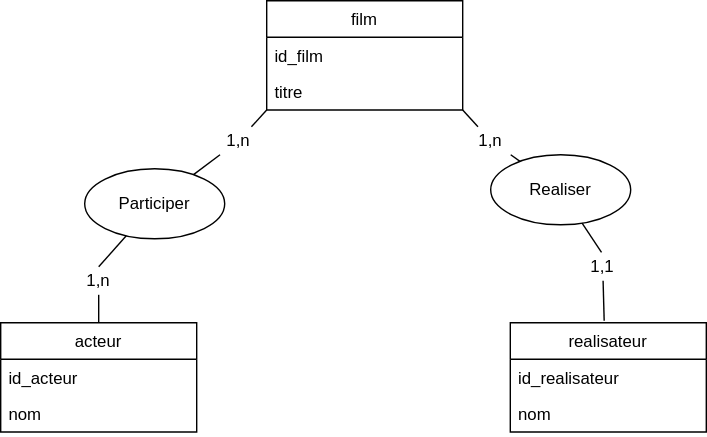
Earlier version of the draw.io export public/images/mcd.svg (GuyomH/apprendre-symfony-5). Source tidied: cells renumbered, new cells last; positions are measured from the earlier drawing's top-left corner, leaving out a move shared by most shapes.
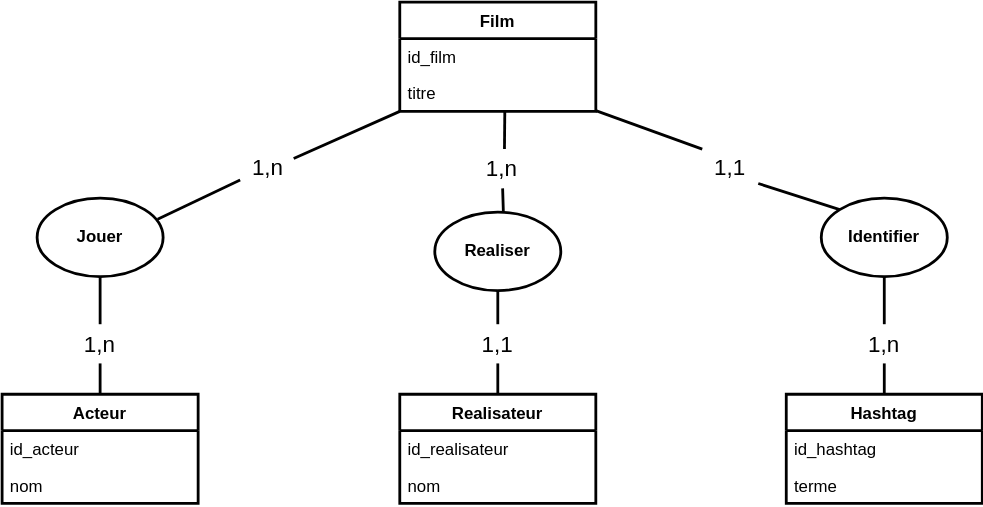
Later version of the same file.

Change to the diagram source:
```diff
@@ -2,78 +2,114 @@
   <root>
     <mxCell id="0" />
     <mxCell id="1" parent="0" />
-    <mxCell id="2" value="film" style="swimlane;fontStyle=0;horizontal=1;startSize=26;fillColor=none;" parent="1" vertex="1">
-      <mxGeometry x="190" width="140" height="78" as="geometry" />
-    </mxCell>
+    <mxCell id="25" value="Acteur" style="swimlane;fontStyle=1;horizontal=1;startSize=26;fillColor=none;strokeWidth=2;" parent="1" vertex="1">
+      <mxGeometry x="41" y="240" width="140" height="78" as="geometry" />
+    </mxCell>
+    <mxCell id="18" value="id_acteur" style="text;strokeColor=none;fillColor=none;align=left;verticalAlign=top;spacingLeft=4;spacingRight=4;overflow=hidden;" parent="25" vertex="1">
+      <mxGeometry y="26" width="140" height="26" as="geometry" />
+    </mxCell>
+    <mxCell id="26" value="nom" style="text;strokeColor=none;fillColor=none;align=left;verticalAlign=top;spacingLeft=4;spacingRight=4;overflow=hidden;" parent="25" vertex="1">
+      <mxGeometry y="52" width="140" height="26" as="geometry" />
+    </mxCell>
+    <mxCell id="27" value="Realisateur" style="swimlane;fontStyle=1;horizontal=1;startSize=26;fillColor=none;strokeWidth=2;" parent="1" vertex="1">
+      <mxGeometry x="325" y="240" width="140" height="78" as="geometry" />
+    </mxCell>
+    <mxCell id="23" value="id_realisateur" style="text;strokeColor=none;fillColor=none;align=left;verticalAlign=top;spacingLeft=4;spacingRight=4;overflow=hidden;" parent="27" vertex="1">
+      <mxGeometry y="26" width="140" height="26" as="geometry" />
+    </mxCell>
+    <mxCell id="28" value="nom" style="text;strokeColor=none;fillColor=none;align=left;verticalAlign=top;spacingLeft=4;spacingRight=4;overflow=hidden;" parent="27" vertex="1">
+      <mxGeometry y="52" width="140" height="26" as="geometry" />
+    </mxCell>
+    <mxCell id="29" value="Hashtag" style="swimlane;fontStyle=1;horizontal=1;startSize=26;fillColor=none;strokeWidth=2;" parent="1" vertex="1">
+      <mxGeometry x="601" y="240" width="140" height="78" as="geometry" />
+    </mxCell>
+    <mxCell id="30" value="id_hashtag" style="text;strokeColor=none;fillColor=none;align=left;verticalAlign=top;spacingLeft=4;spacingRight=4;overflow=hidden;" parent="29" vertex="1">
+      <mxGeometry y="26" width="140" height="26" as="geometry" />
+    </mxCell>
+    <mxCell id="31" value="terme" style="text;strokeColor=none;fillColor=none;align=left;verticalAlign=top;spacingLeft=4;spacingRight=4;overflow=hidden;" parent="29" vertex="1">
+      <mxGeometry y="52" width="140" height="26" as="geometry" />
+    </mxCell>
+    <mxCell id="32" value="&lt;b&gt;Jouer&lt;/b&gt;" style="ellipse;whiteSpace=wrap;html=1;strokeWidth=2;" parent="1" vertex="1">
+      <mxGeometry x="66" y="100" width="90" height="56" as="geometry" />
+    </mxCell>
+    <mxCell id="33" value="&lt;b&gt;Identifier&lt;/b&gt;" style="ellipse;whiteSpace=wrap;html=1;strokeWidth=2;" parent="1" vertex="1">
+      <mxGeometry x="626" y="100" width="90" height="56" as="geometry" />
+    </mxCell>
+    <mxCell id="13" value="&lt;b&gt;Realiser&lt;/b&gt;" style="ellipse;whiteSpace=wrap;html=1;strokeWidth=2;" parent="1" vertex="1">
+      <mxGeometry x="350" y="110" width="90" height="56" as="geometry" />
+    </mxCell>
+    <mxCell id="34" value="Film" style="swimlane;fontStyle=1;horizontal=1;startSize=26;fillColor=none;strokeWidth=2;" parent="1" vertex="1">
+      <mxGeometry x="325" y="-40" width="140" height="78" as="geometry" />
+    </mxCell>
-    <mxCell id="3" value="id_film" style="text;strokeColor=none;fillColor=none;align=left;verticalAlign=top;spacingLeft=4;spacingRight=4;overflow=hidden;" parent="2" vertex="1">
+    <mxCell id="3" value="id_film" style="text;strokeColor=none;fillColor=none;align=left;verticalAlign=top;spacingLeft=4;spacingRight=4;overflow=hidden;" parent="34" vertex="1">
       <mxGeometry y="26" width="140" height="26" as="geometry" />
     </mxCell>
-    <mxCell id="4" value="titre" style="text;strokeColor=none;fillColor=none;align=left;verticalAlign=top;spacingLeft=4;spacingRight=4;overflow=hidden;points=[[0,0.5],[1,0.5]];portConstraint=eastwest;" parent="2" vertex="1">
+    <mxCell id="4" value="titre" style="text;strokeColor=none;fillColor=none;align=left;verticalAlign=top;spacingLeft=4;spacingRight=4;overflow=hidden;points=[[0,0.5],[1,0.5]];portConstraint=eastwest;" parent="34" vertex="1">
       <mxGeometry y="52" width="140" height="26" as="geometry" />
     </mxCell>
-    <mxCell id="5" style="endArrow=none;html=1;" parent="1" edge="1" source="9">
-      <mxGeometry relative="1" as="geometry">
-        <mxPoint x="190" y="78" as="targetPoint" />
-      </mxGeometry>
-    </mxCell>
-    <mxCell id="6" style="endArrow=none;html=1;entryX=0.479;entryY=-0.019;entryDx=0;entryDy=0;entryPerimeter=0;" parent="1" edge="1" source="20" target="22">
-      <mxGeometry relative="1" as="geometry" />
-    </mxCell>
-    <mxCell id="7" value="1,n" style="text;html=1;strokeColor=none;fillColor=none;align=center;verticalAlign=middle;whiteSpace=wrap;rounded=0;" parent="1" vertex="1">
-      <mxGeometry x="330" y="90" width="40" height="20" as="geometry" />
-    </mxCell>
-    <mxCell id="8" style="endArrow=none;html=1;" parent="1" edge="1" target="7">
-      <mxGeometry relative="1" as="geometry">
-        <mxPoint x="330" y="78" as="sourcePoint" />
-      </mxGeometry>
-    </mxCell>
-    <mxCell id="9" value="1,n" style="text;html=1;strokeColor=none;fillColor=none;align=center;verticalAlign=middle;whiteSpace=wrap;rounded=0;" parent="1" vertex="1">
-      <mxGeometry x="150" y="90" width="40" height="20" as="geometry" />
-    </mxCell>
-    <mxCell id="10" style="endArrow=none;html=1;" parent="1" edge="1" source="11" target="9">
-      <mxGeometry relative="1" as="geometry" />
-    </mxCell>
-    <mxCell id="11" value="Participer" style="ellipse;whiteSpace=wrap;html=1;" parent="1" vertex="1">
-      <mxGeometry x="60" y="120" width="100" height="50" as="geometry" />
-    </mxCell>
-    <mxCell id="12" style="endArrow=none;html=1;exitX=0.5;exitY=0;exitDx=0;exitDy=0;" parent="1" edge="1" source="15" target="11">
-      <mxGeometry relative="1" as="geometry" />
-    </mxCell>
-    <mxCell id="13" value="Realiser" style="ellipse;whiteSpace=wrap;html=1;" parent="1" vertex="1">
-      <mxGeometry x="350" y="110" width="100" height="50" as="geometry" />
-    </mxCell>
-    <mxCell id="14" style="endArrow=none;html=1;" parent="1" edge="1" source="7" target="13">
-      <mxGeometry relative="1" as="geometry" />
-    </mxCell>
-    <mxCell id="15" value="1,n" style="text;html=1;strokeColor=none;fillColor=none;align=center;verticalAlign=middle;whiteSpace=wrap;rounded=0;" parent="1" vertex="1">
-      <mxGeometry x="50" y="190" width="40" height="20" as="geometry" />
-    </mxCell>
-    <mxCell id="16" style="endArrow=none;html=1;exitX=0.5;exitY=0;exitDx=0;exitDy=0;" parent="1" edge="1" source="17" target="15">
-      <mxGeometry relative="1" as="geometry" />
-    </mxCell>
-    <mxCell id="17" value="acteur" style="swimlane;fontStyle=0;horizontal=1;startSize=26;fillColor=none;" parent="1" vertex="1">
-      <mxGeometry y="230" width="140" height="78" as="geometry" />
-    </mxCell>
-    <mxCell id="18" value="id_acteur" style="text;strokeColor=none;fillColor=none;align=left;verticalAlign=top;spacingLeft=4;spacingRight=4;overflow=hidden;" parent="17" vertex="1">
-      <mxGeometry y="26" width="140" height="26" as="geometry" />
-    </mxCell>
-    <mxCell id="19" value="nom" style="text;strokeColor=none;fillColor=none;align=left;verticalAlign=top;spacingLeft=4;spacingRight=4;overflow=hidden;" parent="17" vertex="1">
-      <mxGeometry y="52" width="140" height="26" as="geometry" />
-    </mxCell>
-    <mxCell id="20" value="1,1" style="text;html=1;strokeColor=none;fillColor=none;align=center;verticalAlign=middle;whiteSpace=wrap;rounded=0;" parent="1" vertex="1">
-      <mxGeometry x="410" y="180" width="40" height="20" as="geometry" />
-    </mxCell>
-    <mxCell id="21" style="endArrow=none;html=1;entryX=0.479;entryY=-0.019;entryDx=0;entryDy=0;entryPerimeter=0;" parent="1" edge="1" source="13" target="20">
-      <mxGeometry relative="1" as="geometry" />
-    </mxCell>
-    <mxCell id="22" value="realisateur" style="swimlane;fontStyle=0;horizontal=1;startSize=26;fillColor=none;" parent="1" vertex="1">
-      <mxGeometry x="364" y="230" width="140" height="78" as="geometry" />
-    </mxCell>
-    <mxCell id="23" value="id_realisateur" style="text;strokeColor=none;fillColor=none;align=left;verticalAlign=top;spacingLeft=4;spacingRight=4;overflow=hidden;" parent="22" vertex="1">
-      <mxGeometry y="26" width="140" height="26" as="geometry" />
-    </mxCell>
-    <mxCell id="24" value="nom" style="text;strokeColor=none;fillColor=none;align=left;verticalAlign=top;spacingLeft=4;spacingRight=4;overflow=hidden;" parent="22" vertex="1">
-      <mxGeometry y="52" width="140" height="26" as="geometry" />
-    </mxCell>
+    <mxCell id="35" style="endArrow=none;html=1;exitX=0.956;exitY=0.268;exitDx=0;exitDy=0;exitPerimeter=0;fontSize=11;strokeWidth=2;" parent="1" edge="1" source="41">
+      <mxGeometry relative="1" as="geometry">
+        <mxPoint x="325" y="38" as="targetPoint" />
+      </mxGeometry>
+    </mxCell>
+    <mxCell id="36" style="endArrow=none;html=1;entryX=0;entryY=0;entryDx=0;entryDy=0;exitX=1;exitY=0.98;exitDx=0;exitDy=0;exitPerimeter=0;strokeWidth=2;" parent="1" edge="1" source="43" target="33">
+      <mxGeometry relative="1" as="geometry" />
+    </mxCell>
+    <mxCell id="37" style="endArrow=none;html=1;exitX=0.544;exitY=-0.007;exitDx=0;exitDy=0;exitPerimeter=0;strokeWidth=2;" parent="1" edge="1" source="45">
+      <mxGeometry relative="1" as="geometry">
+        <mxPoint x="400" y="38" as="targetPoint" />
+      </mxGeometry>
+    </mxCell>
+    <mxCell id="38" style="endArrow=none;html=1;exitX=0.5;exitY=0;exitDx=0;exitDy=0;strokeWidth=2;" parent="1" edge="1" source="47">
+      <mxGeometry relative="1" as="geometry">
+        <mxPoint x="111" y="156" as="targetPoint" />
+      </mxGeometry>
+    </mxCell>
+    <mxCell id="39" style="endArrow=none;html=1;exitX=0.5;exitY=0;exitDx=0;exitDy=0;strokeWidth=2;" parent="1" edge="1" source="49">
+      <mxGeometry relative="1" as="geometry">
+        <mxPoint x="395" y="166" as="targetPoint" />
+      </mxGeometry>
+    </mxCell>
+    <mxCell id="40" style="endArrow=none;html=1;exitX=0.5;exitY=0;exitDx=0;exitDy=0;strokeWidth=2;" parent="1" edge="1" source="51">
+      <mxGeometry relative="1" as="geometry">
+        <mxPoint x="671" y="156" as="targetPoint" />
+      </mxGeometry>
+    </mxCell>
+    <mxCell id="41" value="&lt;font style=&quot;font-size: 16px&quot;&gt;1,n&lt;/font&gt;" style="text;html=1;strokeColor=none;fillColor=none;align=center;verticalAlign=middle;whiteSpace=wrap;rounded=0;" parent="1" vertex="1">
+      <mxGeometry x="211" y="65" width="40" height="25" as="geometry" />
+    </mxCell>
+    <mxCell id="42" style="endArrow=none;html=1;exitX=0.956;exitY=0.268;exitDx=0;exitDy=0;exitPerimeter=0;strokeWidth=2;" parent="1" edge="1" source="32" target="41">
+      <mxGeometry relative="1" as="geometry" />
+    </mxCell>
+    <mxCell id="43" value="&lt;font style=&quot;font-size: 16px&quot;&gt;1,1&lt;/font&gt;" style="text;html=1;strokeColor=none;fillColor=none;align=center;verticalAlign=middle;whiteSpace=wrap;rounded=0;" parent="1" vertex="1">
+      <mxGeometry x="541" y="65" width="40" height="25" as="geometry" />
+    </mxCell>
+    <mxCell id="44" style="endArrow=none;html=1;entryX=0;entryY=0;entryDx=0;entryDy=0;exitX=1;exitY=0.98;exitDx=0;exitDy=0;exitPerimeter=0;strokeWidth=2;" parent="1" edge="1" source="4" target="43">
+      <mxGeometry relative="1" as="geometry" />
+    </mxCell>
+    <mxCell id="45" value="&lt;font style=&quot;font-size: 16px&quot;&gt;1,n&lt;/font&gt;" style="text;html=1;strokeColor=none;fillColor=none;align=center;verticalAlign=middle;whiteSpace=wrap;rounded=0;" parent="1" vertex="1">
+      <mxGeometry x="378" y="65" width="40" height="28" as="geometry" />
+    </mxCell>
+    <mxCell id="46" style="endArrow=none;html=1;exitX=0.544;exitY=-0.007;exitDx=0;exitDy=0;exitPerimeter=0;strokeWidth=2;" parent="1" edge="1" source="13" target="45">
+      <mxGeometry relative="1" as="geometry" />
+    </mxCell>
+    <mxCell id="47" value="&lt;font style=&quot;font-size: 16px&quot;&gt;1,n&lt;/font&gt;" style="text;html=1;strokeColor=none;fillColor=none;align=center;verticalAlign=middle;whiteSpace=wrap;rounded=0;" parent="1" vertex="1">
+      <mxGeometry x="91" y="190" width="40" height="28" as="geometry" />
+    </mxCell>
+    <mxCell id="48" style="endArrow=none;html=1;exitX=0.5;exitY=0;exitDx=0;exitDy=0;strokeWidth=2;" parent="1" edge="1" source="25" target="47">
+      <mxGeometry relative="1" as="geometry" />
+    </mxCell>
+    <mxCell id="49" value="&lt;font style=&quot;font-size: 16px&quot;&gt;1,1&lt;/font&gt;" style="text;html=1;strokeColor=none;fillColor=none;align=center;verticalAlign=middle;whiteSpace=wrap;rounded=0;" parent="1" vertex="1">
+      <mxGeometry x="375" y="190" width="40" height="28" as="geometry" />
+    </mxCell>
+    <mxCell id="50" style="endArrow=none;html=1;exitX=0.5;exitY=0;exitDx=0;exitDy=0;strokeWidth=2;" parent="1" edge="1" source="27" target="49">
+      <mxGeometry relative="1" as="geometry" />
+    </mxCell>
+    <mxCell id="51" value="&lt;font style=&quot;font-size: 16px&quot;&gt;1,n&lt;/font&gt;" style="text;html=1;strokeColor=none;fillColor=none;align=center;verticalAlign=middle;whiteSpace=wrap;rounded=0;" parent="1" vertex="1">
+      <mxGeometry x="651" y="190" width="40" height="28" as="geometry" />
+    </mxCell>
+    <mxCell id="52" style="endArrow=none;html=1;exitX=0.5;exitY=0;exitDx=0;exitDy=0;strokeWidth=2;" parent="1" edge="1" source="29" target="51">
+      <mxGeometry relative="1" as="geometry" />
+    </mxCell>
   </root>
 </mxGraphModel>
```
